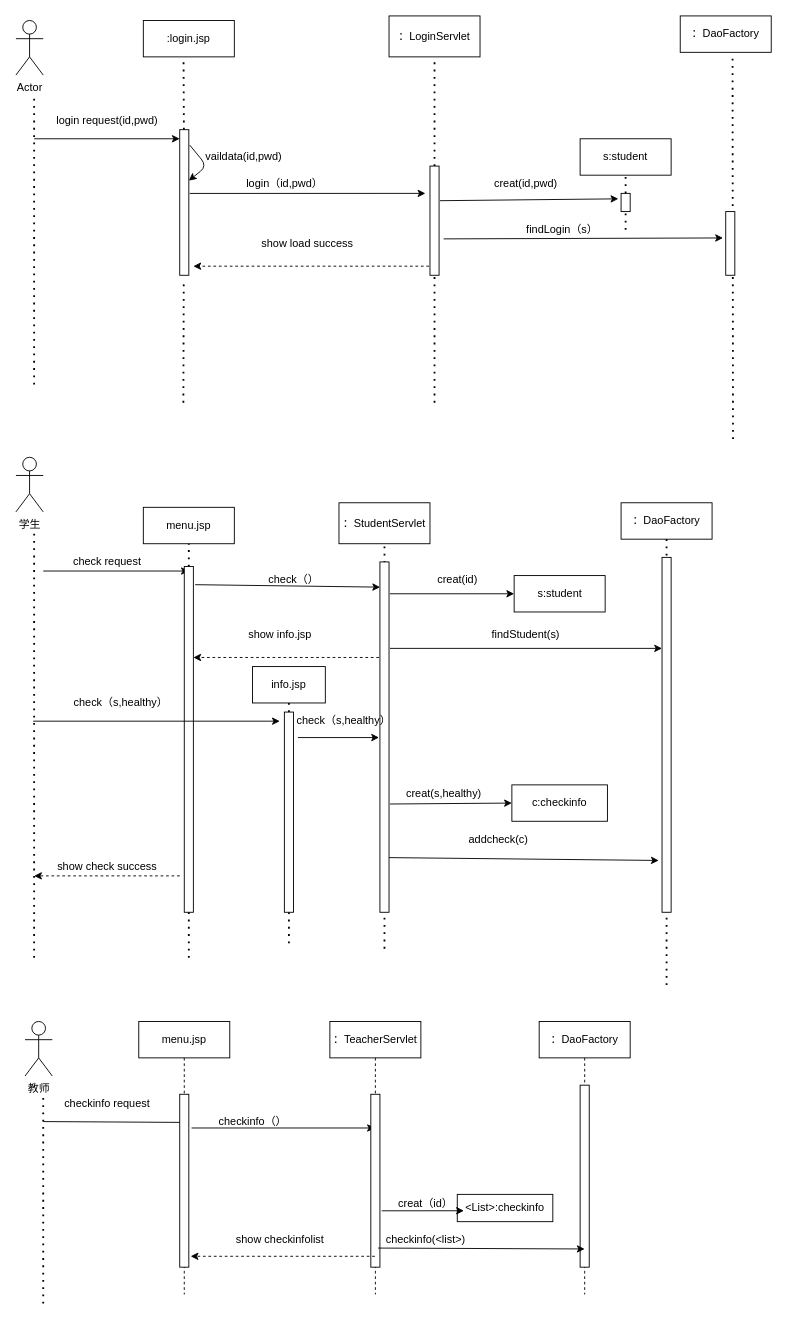
This is 顺序图.drawio from a26680533/idcardgenerator, a draw.io file, before an edit. Source tidied: cells renumbered, new cells numbered last; positions are measured from the earlier drawing's top-left corner, leaving out a move shared by most shapes. Both pictures are drawn from the tidied source at 91%, with x=0, y=0 at pixel (15, 15).
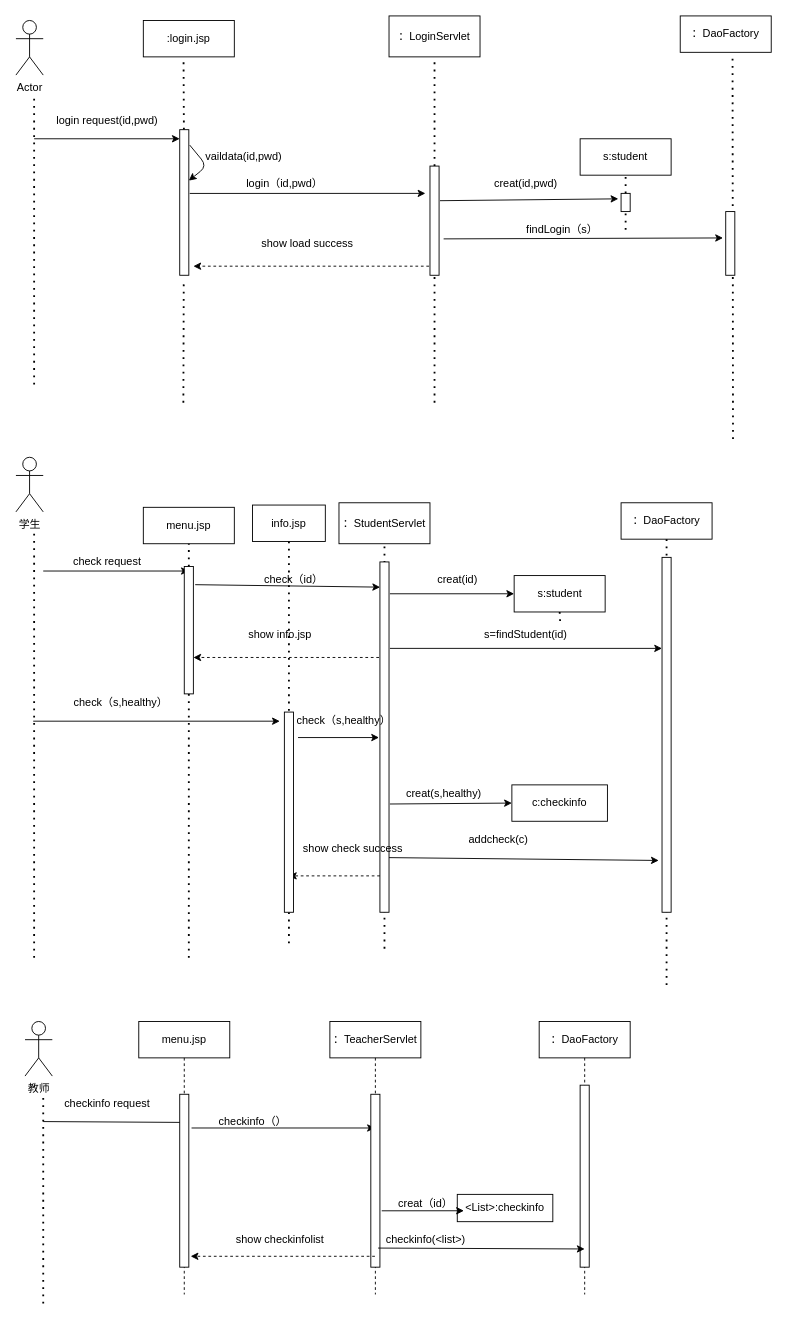
The same page after the edit.

Commit message:
更新顺序图.drawio

The change refers to these unchanged cells:
```xml
<mxCell id="52" value="s:student" style="rounded=0;whiteSpace=wrap;html=1;" parent="1" vertex="1">
  <mxGeometry x="547.5" y="615" width="100" height="40" as="geometry" />
</mxCell>
```

Diff of the diagram source:
```diff
@@
-    <mxCell id="33" value="check（）" style="text;html=1;align=center;verticalAlign=middle;" parent="1" vertex="1">
-      <mxGeometry x="270" y="610" width="70" height="20" as="geometry" />
+    <mxCell id="33" value="check（id）" style="text;html=1;align=center;verticalAlign=middle;" parent="1" vertex="1">
+      <mxGeometry x="265" y="610" width="80" height="20" as="geometry" />
     </mxCell>
@@
     <mxCell id="41" style="rounded=0;whiteSpace=wrap;html=1;" parent="1" vertex="1">
-      <mxGeometry x="185" y="605" width="10" height="380" as="geometry" />
+      <mxGeometry x="185" y="605" width="10" height="140" as="geometry" />
     </mxCell>
@@
-    <mxCell id="57" value="findStudent(s)" style="text;html=1;align=center;verticalAlign=middle;" parent="1" vertex="1">
-      <mxGeometry x="515" y="670" width="90" height="20" as="geometry" />
+    <mxCell id="57" value="s=findStudent(id)" style="text;html=1;align=center;verticalAlign=middle;" parent="1" vertex="1">
+      <mxGeometry x="505" y="670" width="110" height="20" as="geometry" />
     </mxCell>
@@
     <mxCell id="63" style="endArrow=classic;html=1;dashed=1;" parent="1" edge="1">
       <mxGeometry relative="1" as="geometry">
-        <mxPoint x="180" y="945" as="sourcePoint" />
-        <mxPoint x="20" y="945" as="targetPoint" />
+        <mxPoint x="400" y="945" as="sourcePoint" />
+        <mxPoint x="300" y="945" as="targetPoint" />
       </mxGeometry>
     </mxCell>
     <mxCell id="64" value="show check success" style="text;html=1;align=center;verticalAlign=middle;" parent="1" vertex="1">
-      <mxGeometry x="40" y="925" width="120" height="20" as="geometry" />
+      <mxGeometry x="310" y="905" width="120" height="20" as="geometry" />
     </mxCell>
@@
     <mxCell id="84" value="info.jsp" style="rounded=0;whiteSpace=wrap;html=1;" parent="1" vertex="1">
-      <mxGeometry x="260" y="715" width="80" height="40" as="geometry" />
+      <mxGeometry x="260" y="537.5" width="80" height="40" as="geometry" />
     </mxCell>
@@
+    <mxCell id="88" style="endArrow=none;dashed=1;html=1;dashPattern=1 3;strokeWidth=2;entryX=0.5;entryY=1;entryDx=0;entryDy=0;" parent="1" edge="1" target="52">
+      <mxGeometry relative="1" as="geometry">
+        <mxPoint x="598" y="665" as="sourcePoint" />
+      </mxGeometry>
+    </mxCell>
```
